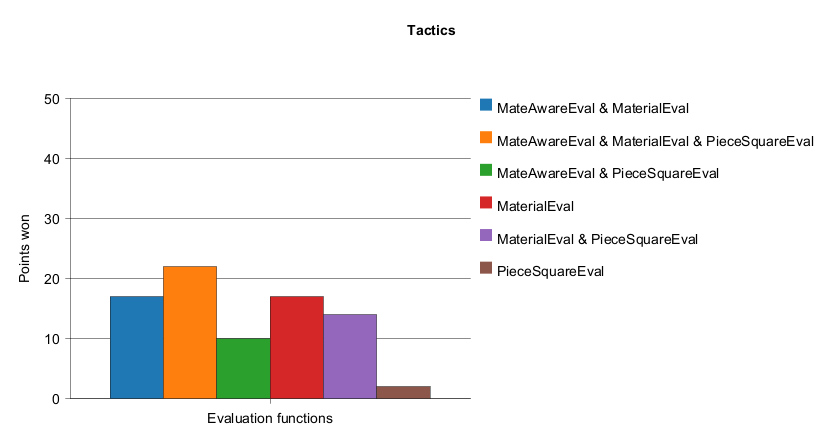
The PlantUML diagram docs/evaluation/report/movequality/Tactics.png in l2c0r3/blobfish, before a commit.
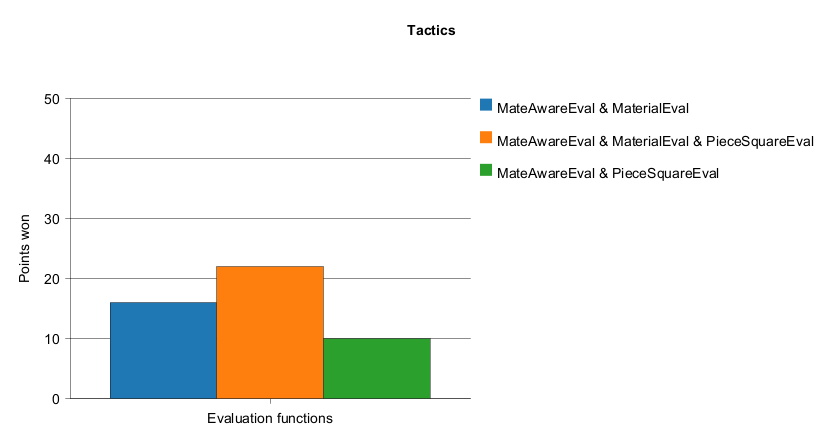
Later version of the same file.

What changed in the source:
```diff
@@ -7,12 +7,9 @@
 h-axis [ Evaluation functions ]
 v-axis "Points won" 0 --> 50.0 spacing 10.0 grid
 
-bar "MateAwareEval & MaterialEval"[ 17.0 ] #1F77B4
+bar "MateAwareEval & MaterialEval"[ 16.0 ] #1F77B4
 bar "MateAwareEval & MaterialEval & PieceSquareEval"[ 22.0 ] #FF7F0E
 bar "MateAwareEval & PieceSquareEval"[ 10.0 ] #2CA02C
-bar "MaterialEval"[ 17.0 ] #D62728
-bar "MaterialEval & PieceSquareEval"[ 14.0 ] #9467BD
-bar "PieceSquareEval"[ 2.0 ] #8C564B
 
 legend right
 @endchart
```
